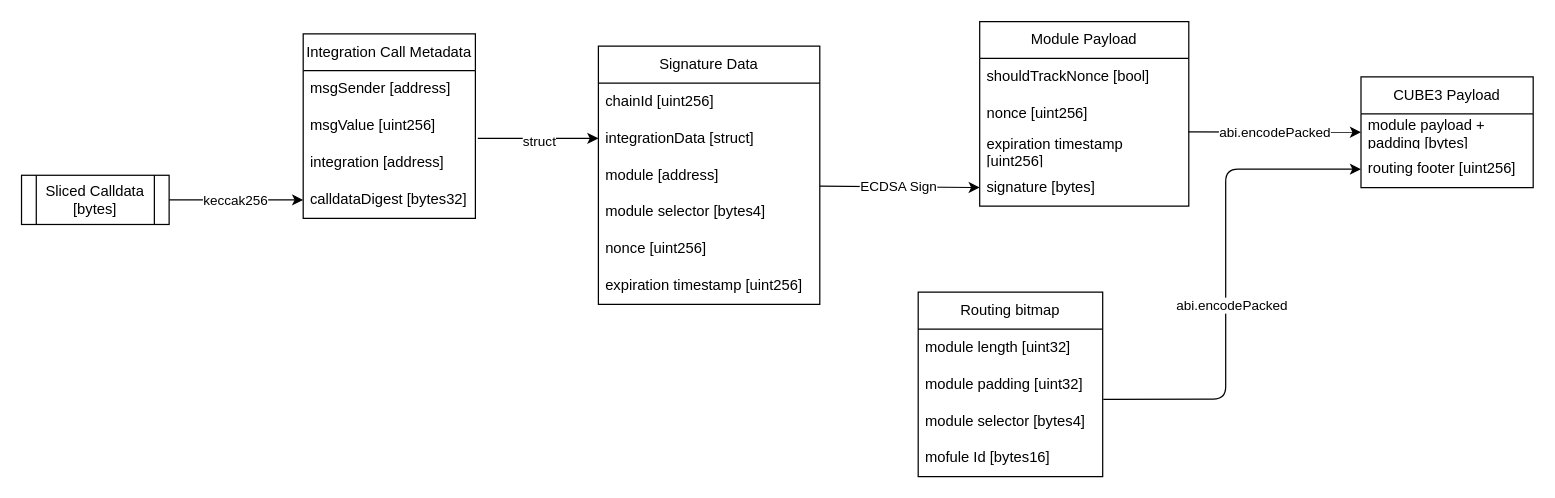
This is docs/diagrams/payload_creation.drawio from cube-web3/protocol-core-solidity, a draw.io file, before an edit. Source tidied: cells renumbered, new cells numbered last; positions are measured from the earlier drawing's top-left corner, leaving out a move shared by most shapes. Both pictures are drawn from the tidied source at 123%, with x=0, y=0 at pixel (21, 21).
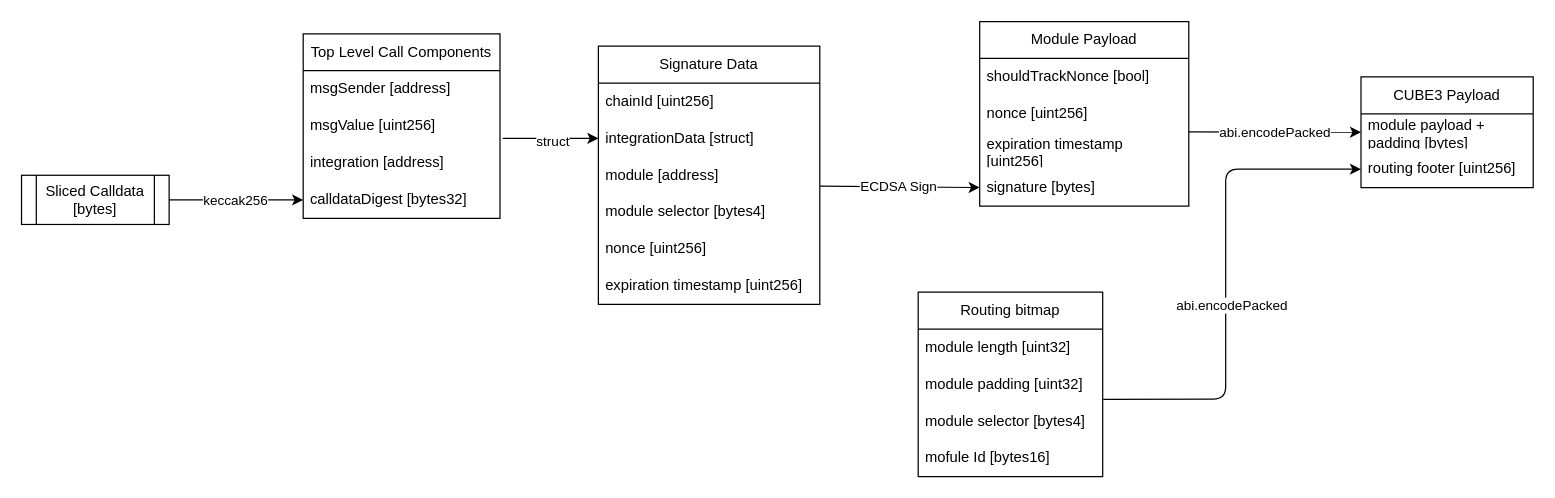
Above is the later version.

Diff of the diagram source:
```diff
@@
-    <mxCell id="2" value="Integration Call Metadata" style="swimlane;fontStyle=0;horizontal=1;startSize=30;whiteSpace=wrap;html=1;" parent="1" vertex="1">
-      <mxGeometry x="229" y="10" width="140" height="150" as="geometry" />
+    <mxCell id="2" value="Top Level Call Components" style="swimlane;fontStyle=0;horizontal=1;startSize=30;whiteSpace=wrap;html=1;" parent="1" vertex="1">
+      <mxGeometry x="229" y="10" width="160" height="150" as="geometry" />
     </mxCell>
     <mxCell id="3" value="msgSender [address]" style="text;strokeColor=none;fillColor=none;align=left;verticalAlign=middle;spacingLeft=4;spacingRight=4;overflow=hidden;whiteSpace=wrap;html=1;" parent="2" vertex="1">
-      <mxGeometry y="30" width="140" height="30" as="geometry" />
+      <mxGeometry y="30" width="160" height="30" as="geometry" />
     </mxCell>
     <mxCell id="4" value="msgValue [uint256]" style="text;strokeColor=none;fillColor=none;align=left;verticalAlign=middle;spacingLeft=4;spacingRight=4;overflow=hidden;points=[[0,0.5],[1,0.5]];portConstraint=eastwest;whiteSpace=wrap;html=1;" parent="2" vertex="1">
-      <mxGeometry y="60" width="140" height="30" as="geometry" />
+      <mxGeometry y="60" width="160" height="30" as="geometry" />
     </mxCell>
     <mxCell id="5" value="integration [address]" style="text;strokeColor=none;fillColor=none;align=left;verticalAlign=middle;spacingLeft=4;spacingRight=4;overflow=hidden;whiteSpace=wrap;html=1;" parent="2" vertex="1">
-      <mxGeometry y="90" width="140" height="30" as="geometry" />
+      <mxGeometry y="90" width="160" height="30" as="geometry" />
     </mxCell>
     <mxCell id="6" value="calldataDigest [bytes32]" style="text;strokeColor=none;fillColor=none;align=left;verticalAlign=middle;spacingLeft=4;spacingRight=4;overflow=hidden;points=[[0,0.5],[1,0.5]];portConstraint=eastwest;whiteSpace=wrap;html=1;" parent="2" vertex="1">
-      <mxGeometry y="120" width="140" height="30" as="geometry" />
+      <mxGeometry y="120" width="160" height="30" as="geometry" />
     </mxCell>
```
